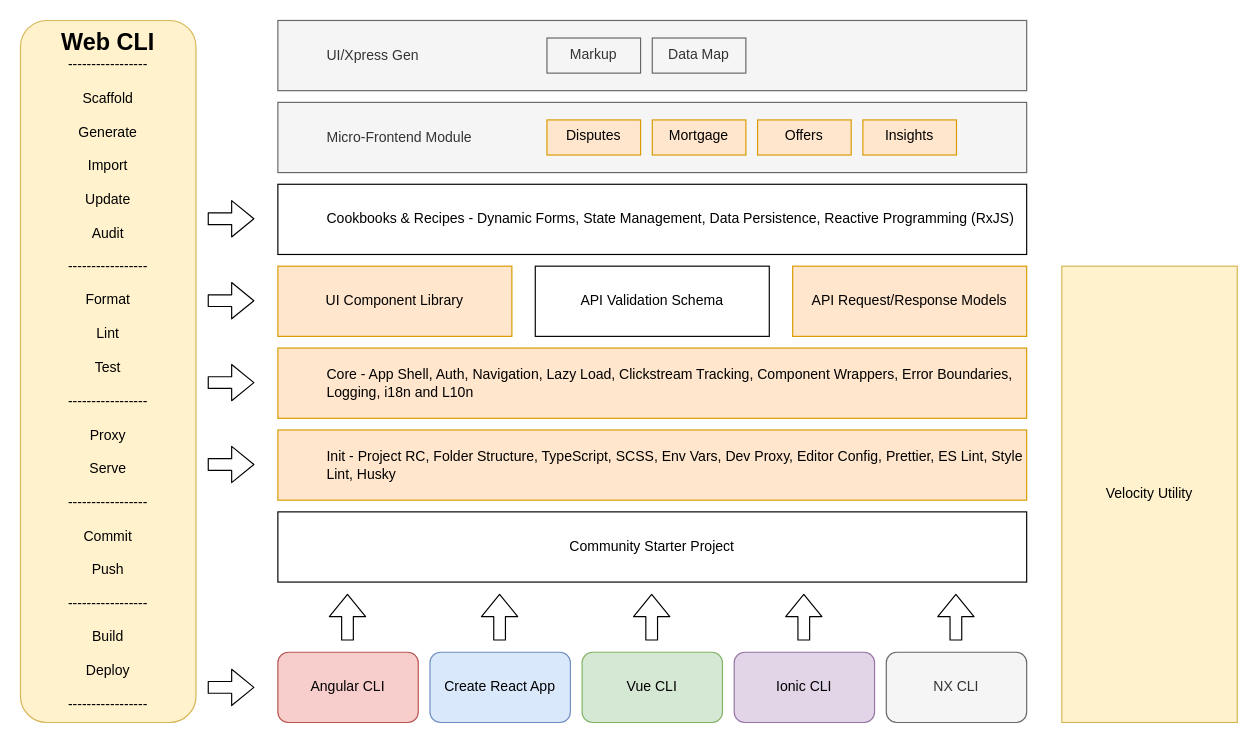
Earlier version of the draw.io diagram Nexus CLI map.drawio (hikumealan/draw-io-diagrams). Source tidied: cells renumbered, new cells numbered last; positions are measured from the earlier drawing's top-left corner, leaving out a move shared by most shapes. Both pictures are drawn from the tidied source at 117%, with x=0, y=0 at pixel (20, 20).
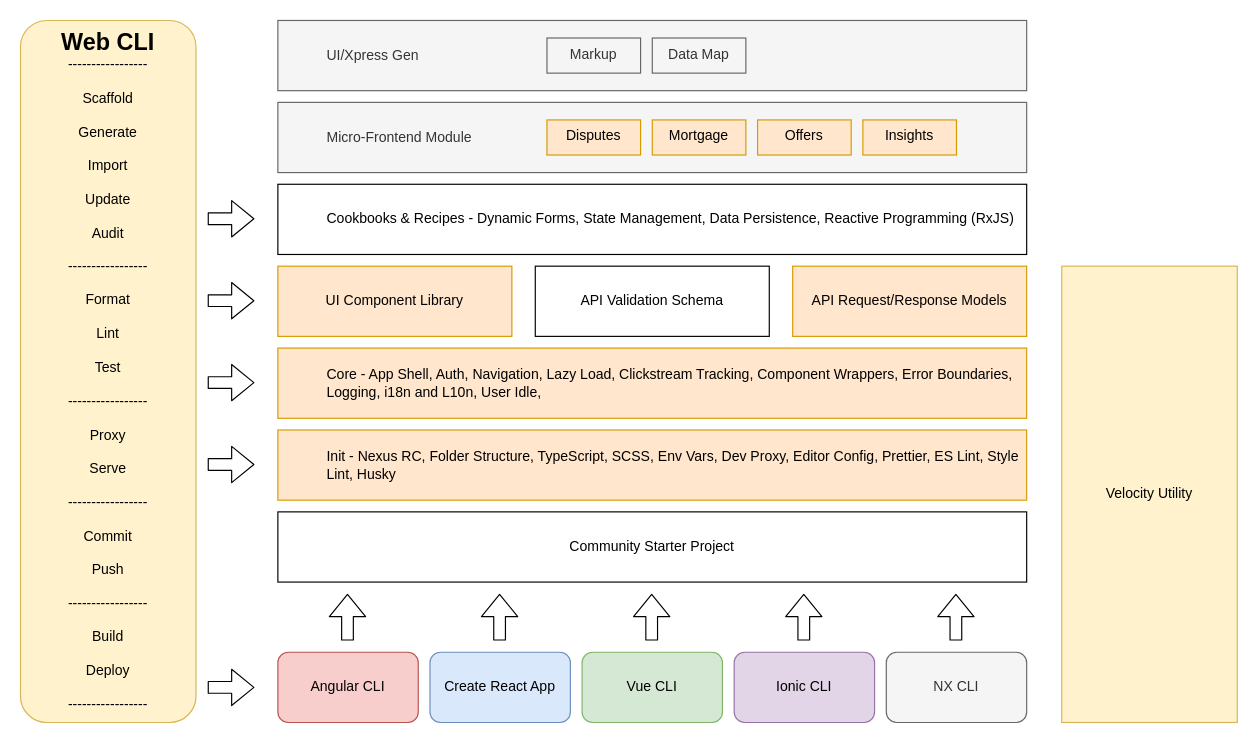
Above is the later version.

The edit, as a diff of the source:
```diff
@@
-    <mxCell id="8" value="&lt;blockquote style=&quot;margin: 0 0 0 40px ; border: none ; padding: 0px&quot;&gt;Core - App Shell, Auth, Navigation, Lazy Load, Clickstream Tracking, Component Wrappers, Error Boundaries, Logging, i18n and L10n&lt;/blockquote&gt;" style="rounded=0;whiteSpace=wrap;html=1;fillColor=#ffe6cc;strokeColor=#d79b00;align=left;" parent="1" vertex="1">
+    <mxCell id="8" value="&lt;blockquote style=&quot;margin: 0 0 0 40px ; border: none ; padding: 0px&quot;&gt;Core - App Shell, Auth, Navigation, Lazy Load, Clickstream Tracking, Component Wrappers, Error Boundaries, Logging, i18n and L10n, User Idle,&amp;nbsp;&lt;/blockquote&gt;" style="rounded=0;whiteSpace=wrap;html=1;fillColor=#ffe6cc;strokeColor=#d79b00;align=left;" parent="1" vertex="1">
       <mxGeometry x="220" y="280" width="640" height="60" as="geometry" />
     </mxCell>
@@
-    <mxCell id="32" value="&lt;blockquote style=&quot;margin: 0 0 0 40px ; border: none ; padding: 0px&quot;&gt;Init - Project RC, Folder Structure, TypeScript, SCSS, Env Vars, Dev Proxy, Editor Config, Prettier, ES Lint, Style Lint, Husky&lt;/blockquote&gt;" style="rounded=0;whiteSpace=wrap;html=1;fillColor=#ffe6cc;strokeColor=#d79b00;align=left;" parent="1" vertex="1">
+    <mxCell id="32" value="&lt;blockquote style=&quot;margin: 0 0 0 40px ; border: none ; padding: 0px&quot;&gt;Init - Nexus RC, Folder Structure, TypeScript, SCSS, Env Vars, Dev Proxy, Editor Config, Prettier, ES Lint, Style Lint, Husky&lt;/blockquote&gt;" style="rounded=0;whiteSpace=wrap;html=1;fillColor=#ffe6cc;strokeColor=#d79b00;align=left;" parent="1" vertex="1">
       <mxGeometry x="220" y="350" width="640" height="60" as="geometry" />
     </mxCell>
```
